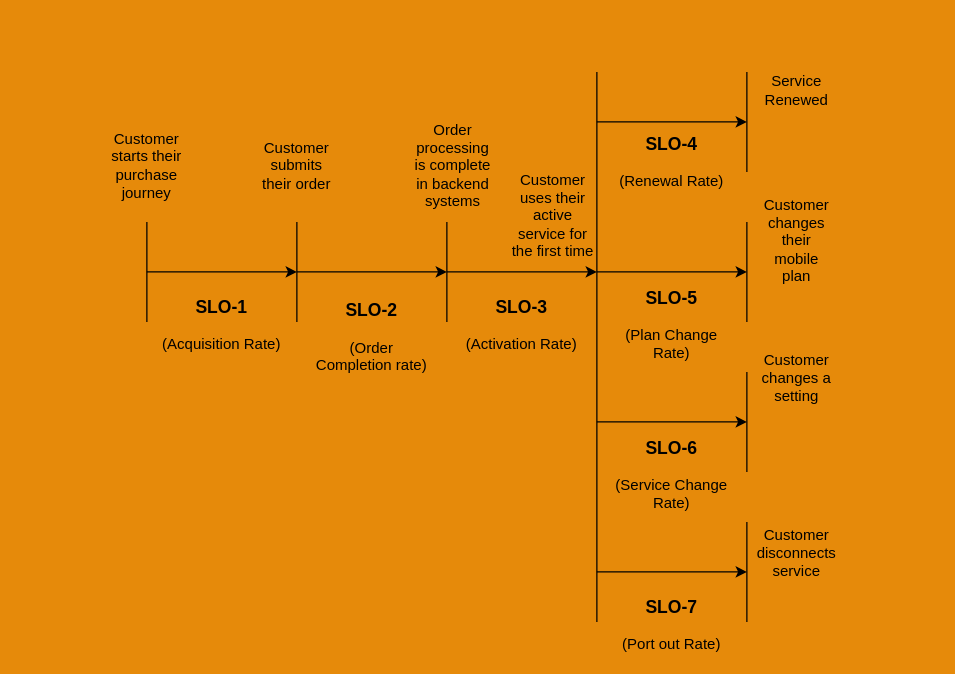
Earlier version of the draw.io diagram Untitled Diagram.drawio (hdushan/share_prices_calc). Source tidied: cells renumbered, new cells numbered last; positions are measured from the earlier drawing's top-left corner, leaving out a move shared by most shapes. Both pictures are drawn from the tidied source at 125%, with x=0, y=0 at pixel (109, 71).
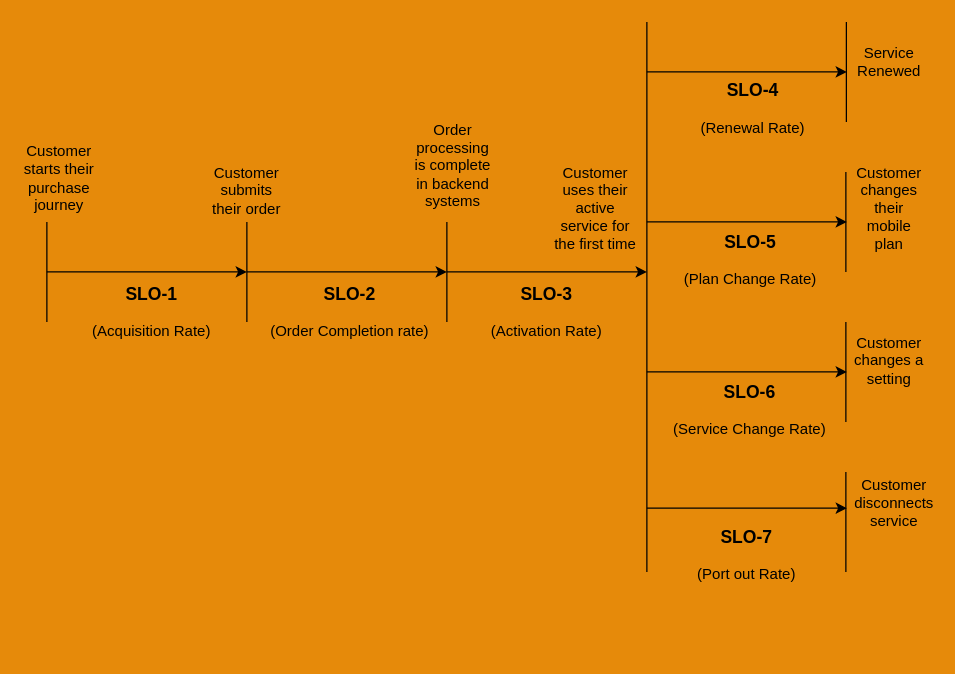
The same diagram, later.

Change to the diagram source:
```diff
@@
     <mxCell id="2" style="endArrow=none;html=1;rounded=0;" parent="1" edge="1">
       <mxGeometry relative="1" as="geometry">
-        <mxPoint x="30" y="200" as="sourcePoint" />
-        <mxPoint x="30" y="120" as="targetPoint" />
+        <mxPoint x="-50" y="200" as="sourcePoint" />
+        <mxPoint x="-50" y="120" as="targetPoint" />
       </mxGeometry>
     </mxCell>
     <mxCell id="3" style="endArrow=none;html=1;rounded=0;" parent="1" edge="1">
       <mxGeometry relative="1" as="geometry">
-        <mxPoint x="150" y="200" as="sourcePoint" />
-        <mxPoint x="150" y="120" as="targetPoint" />
+        <mxPoint x="110" y="200" as="sourcePoint" />
+        <mxPoint x="110" y="120" as="targetPoint" />
       </mxGeometry>
     </mxCell>
@@
     <mxCell id="5" style="endArrow=none;html=1;rounded=0;" parent="1" edge="1">
       <mxGeometry relative="1" as="geometry">
-        <mxPoint x="390" y="440" as="sourcePoint" />
-        <mxPoint x="390" as="targetPoint" />
+        <mxPoint x="430" y="400" as="sourcePoint" />
+        <mxPoint x="430" y="-40" as="targetPoint" />
       </mxGeometry>
     </mxCell>
     <mxCell id="6" style="endArrow=classic;html=1;rounded=0;" parent="1" edge="1">
       <mxGeometry relative="1" as="geometry">
-        <mxPoint x="30" y="160" as="sourcePoint" />
-        <mxPoint x="150" y="160" as="targetPoint" />
+        <mxPoint x="-50" y="160" as="sourcePoint" />
+        <mxPoint x="110" y="160" as="targetPoint" />
       </mxGeometry>
     </mxCell>
     <mxCell id="7" style="endArrow=classic;html=1;rounded=0;" parent="1" edge="1">
       <mxGeometry relative="1" as="geometry">
-        <mxPoint x="150" y="160" as="sourcePoint" />
+        <mxPoint x="110" y="160" as="sourcePoint" />
         <mxPoint x="270" y="160" as="targetPoint" />
       </mxGeometry>
     </mxCell>
     <mxCell id="8" style="endArrow=classic;html=1;rounded=0;" parent="1" edge="1">
       <mxGeometry relative="1" as="geometry">
         <mxPoint x="270" y="160" as="sourcePoint" />
-        <mxPoint x="390" y="160" as="targetPoint" />
+        <mxPoint x="430" y="160" as="targetPoint" />
       </mxGeometry>
     </mxCell>
     <mxCell id="9" style="endArrow=classic;html=1;rounded=0;" parent="1" edge="1">
       <mxGeometry relative="1" as="geometry">
-        <mxPoint x="390" y="160" as="sourcePoint" />
-        <mxPoint x="510" y="160" as="targetPoint" />
+        <mxPoint x="430" y="120" as="sourcePoint" />
+        <mxPoint x="590" y="120" as="targetPoint" />
       </mxGeometry>
     </mxCell>
     <mxCell id="10" value="Customer starts their purchase journey" style="text;strokeColor=none;align=center;fillColor=none;html=1;verticalAlign=middle;whiteSpace=wrap;rounded=0;" parent="1" vertex="1">
-      <mxGeometry y="60" width="60" height="30" as="geometry" />
+      <mxGeometry x="-70" y="70" width="60" height="30" as="geometry" />
     </mxCell>
     <mxCell id="11" value="Customer submits their order" style="text;strokeColor=none;align=center;fillColor=none;html=1;verticalAlign=middle;whiteSpace=wrap;rounded=0;" parent="1" vertex="1">
-      <mxGeometry x="120" y="60" width="60" height="30" as="geometry" />
+      <mxGeometry x="80" y="80" width="60" height="30" as="geometry" />
     </mxCell>
@@
     <mxCell id="13" value="Customer uses their active service for the first time" style="text;strokeColor=none;align=center;fillColor=none;html=1;verticalAlign=middle;whiteSpace=wrap;rounded=0;" parent="1" vertex="1">
-      <mxGeometry x="320" y="100" width="70" height="30" as="geometry" />
+      <mxGeometry x="354" y="94" width="70" height="30" as="geometry" />
     </mxCell>
     <mxCell id="14" style="endArrow=classic;html=1;rounded=0;" parent="1" edge="1">
       <mxGeometry relative="1" as="geometry">
-        <mxPoint x="390" y="40" as="sourcePoint" />
-        <mxPoint x="510" y="40" as="targetPoint" />
+        <mxPoint x="430" as="sourcePoint" />
+        <mxPoint x="590" as="targetPoint" />
       </mxGeometry>
     </mxCell>
     <mxCell id="15" style="endArrow=classic;html=1;rounded=0;" parent="1" edge="1">
       <mxGeometry relative="1" as="geometry">
-        <mxPoint x="390" y="280" as="sourcePoint" />
-        <mxPoint x="510" y="280" as="targetPoint" />
+        <mxPoint x="430" y="240" as="sourcePoint" />
+        <mxPoint x="590" y="240" as="targetPoint" />
       </mxGeometry>
     </mxCell>
     <mxCell id="16" style="endArrow=none;html=1;rounded=0;" parent="1" edge="1">
       <mxGeometry relative="1" as="geometry">
-        <mxPoint x="510" y="80" as="sourcePoint" />
-        <mxPoint x="510" as="targetPoint" />
+        <mxPoint x="589.6" y="40" as="sourcePoint" />
+        <mxPoint x="589.6" y="-40" as="targetPoint" />
       </mxGeometry>
     </mxCell>
     <mxCell id="17" style="endArrow=none;html=1;rounded=0;" parent="1" edge="1">
       <mxGeometry relative="1" as="geometry">
-        <mxPoint x="510" y="200" as="sourcePoint" />
-        <mxPoint x="510" y="120" as="targetPoint" />
+        <mxPoint x="589.2" y="160" as="sourcePoint" />
+        <mxPoint x="589.2" y="80" as="targetPoint" />
       </mxGeometry>
     </mxCell>
     <mxCell id="18" style="endArrow=none;html=1;rounded=0;" parent="1" edge="1">
       <mxGeometry relative="1" as="geometry">
-        <mxPoint x="510" y="320" as="sourcePoint" />
-        <mxPoint x="510" y="240" as="targetPoint" />
+        <mxPoint x="589.2" y="280" as="sourcePoint" />
+        <mxPoint x="589.2" y="200" as="targetPoint" />
       </mxGeometry>
     </mxCell>
     <mxCell id="19" value="Service Renewed" style="text;strokeColor=none;align=center;fillColor=none;html=1;verticalAlign=middle;whiteSpace=wrap;rounded=0;" parent="1" vertex="1">
-      <mxGeometry x="520" width="60" height="30" as="geometry" />
+      <mxGeometry x="594" y="-23" width="60" height="30" as="geometry" />
     </mxCell>
     <mxCell id="20" value="Customer changes their mobile plan" style="text;strokeColor=none;align=center;fillColor=none;html=1;verticalAlign=middle;whiteSpace=wrap;rounded=0;" parent="1" vertex="1">
-      <mxGeometry x="520" y="120" width="60" height="30" as="geometry" />
+      <mxGeometry x="594" y="94" width="60" height="30" as="geometry" />
     </mxCell>
     <mxCell id="21" value="Customer changes a setting" style="text;strokeColor=none;align=center;fillColor=none;html=1;verticalAlign=middle;whiteSpace=wrap;rounded=0;" parent="1" vertex="1">
-      <mxGeometry x="520" y="230" width="60" height="30" as="geometry" />
+      <mxGeometry x="594" y="216" width="60" height="30" as="geometry" />
     </mxCell>
     <mxCell id="22" value="&lt;h3&gt;SLO-1&lt;/h3&gt;(Acquisition Rate)" style="text;strokeColor=none;align=center;fillColor=none;html=1;verticalAlign=middle;whiteSpace=wrap;rounded=0;" parent="1" vertex="1">
-      <mxGeometry x="40" y="180" width="100" height="30" as="geometry" />
+      <mxGeometry x="-16" y="170" width="100" height="30" as="geometry" />
     </mxCell>
     <mxCell id="23" value="&lt;h3&gt;SLO-2&lt;/h3&gt;(Order Completion rate)" style="text;strokeColor=none;align=center;fillColor=none;html=1;verticalAlign=middle;whiteSpace=wrap;rounded=0;" parent="1" vertex="1">
-      <mxGeometry x="160" y="190" width="100" height="30" as="geometry" />
+      <mxGeometry x="128" y="170" width="129" height="30" as="geometry" />
     </mxCell>
     <mxCell id="24" value="&lt;h3&gt;SLO-3&lt;/h3&gt;(Activation Rate)" style="text;strokeColor=none;align=center;fillColor=none;html=1;verticalAlign=middle;whiteSpace=wrap;rounded=0;" parent="1" vertex="1">
-      <mxGeometry x="280" y="180" width="100" height="30" as="geometry" />
+      <mxGeometry x="300" y="170" width="100" height="30" as="geometry" />
     </mxCell>
-    <mxCell id="25" style="endArrow=classic;html=1;rounded=0;" parent="1" edge="1">
-      <mxGeometry relative="1" as="geometry">
-        <mxPoint x="390" y="400" as="sourcePoint" />
-        <mxPoint x="510" y="400" as="targetPoint" />
-      </mxGeometry>
-    </mxCell>
     <mxCell id="26" style="endArrow=none;html=1;rounded=0;" parent="1" edge="1">
       <mxGeometry relative="1" as="geometry">
-        <mxPoint x="510" y="440" as="sourcePoint" />
-        <mxPoint x="510" y="360" as="targetPoint" />
+        <mxPoint x="589.2" y="400" as="sourcePoint" />
+        <mxPoint x="589.2" y="320" as="targetPoint" />
       </mxGeometry>
     </mxCell>
     <mxCell id="27" value="Customer disconnects service" style="text;strokeColor=none;align=center;fillColor=none;html=1;verticalAlign=middle;whiteSpace=wrap;rounded=0;" parent="1" vertex="1">
-      <mxGeometry x="520" y="370" width="60" height="30" as="geometry" />
+      <mxGeometry x="598" y="330" width="60" height="30" as="geometry" />
     </mxCell>
     <mxCell id="28" value="&lt;h3&gt;SLO-4&lt;/h3&gt;(Renewal Rate)" style="text;strokeColor=none;align=center;fillColor=none;html=1;verticalAlign=middle;whiteSpace=wrap;rounded=0;" parent="1" vertex="1">
-      <mxGeometry x="400" y="50" width="100" height="30" as="geometry" />
+      <mxGeometry x="465" y="7" width="100" height="30" as="geometry" />
     </mxCell>
     <mxCell id="29" value="&lt;h3&gt;SLO-5&lt;/h3&gt;(Plan Change Rate)" style="text;strokeColor=none;align=center;fillColor=none;html=1;verticalAlign=middle;whiteSpace=wrap;rounded=0;" parent="1" vertex="1">
-      <mxGeometry x="400" y="180" width="100" height="30" as="geometry" />
+      <mxGeometry x="457.5" y="128" width="110" height="30" as="geometry" />
     </mxCell>
     <mxCell id="30" value="&lt;h3&gt;SLO-6&lt;/h3&gt;(Service Change Rate)" style="text;strokeColor=none;align=center;fillColor=none;html=1;verticalAlign=middle;whiteSpace=wrap;rounded=0;" parent="1" vertex="1">
-      <mxGeometry x="400" y="300" width="100" height="30" as="geometry" />
+      <mxGeometry x="446" y="248" width="133" height="30" as="geometry" />
     </mxCell>
     <mxCell id="31" value="&lt;h3&gt;SLO-7&lt;/h3&gt;(Port out Rate)" style="text;strokeColor=none;align=center;fillColor=none;html=1;verticalAlign=middle;whiteSpace=wrap;rounded=0;" parent="1" vertex="1">
-      <mxGeometry x="400" y="420" width="100" height="30" as="geometry" />
+      <mxGeometry x="460" y="364" width="100" height="30" as="geometry" />
     </mxCell>
+    <mxCell id="32" style="endArrow=classic;html=1;rounded=0;" parent="1" edge="1">
+      <mxGeometry relative="1" as="geometry">
+        <mxPoint x="430" y="349" as="sourcePoint" />
+        <mxPoint x="590" y="349" as="targetPoint" />
+      </mxGeometry>
+    </mxCell>
```
